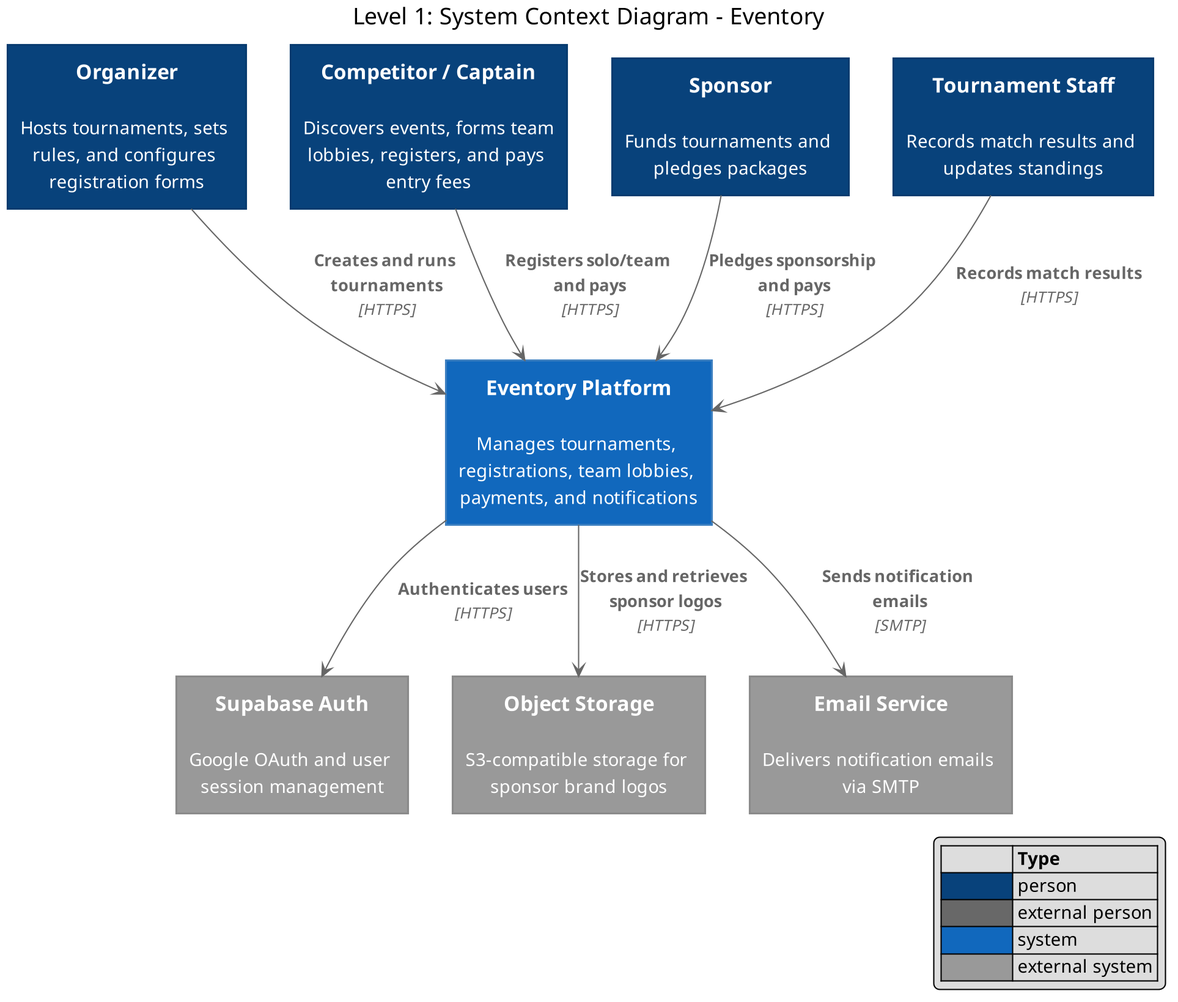
Before: docs/arch/c4-level1-context.png, a diagram exported from PlantUML (moomaideng/eventory). Its source is kept beside it as docs/arch/c4-level1-context.puml.
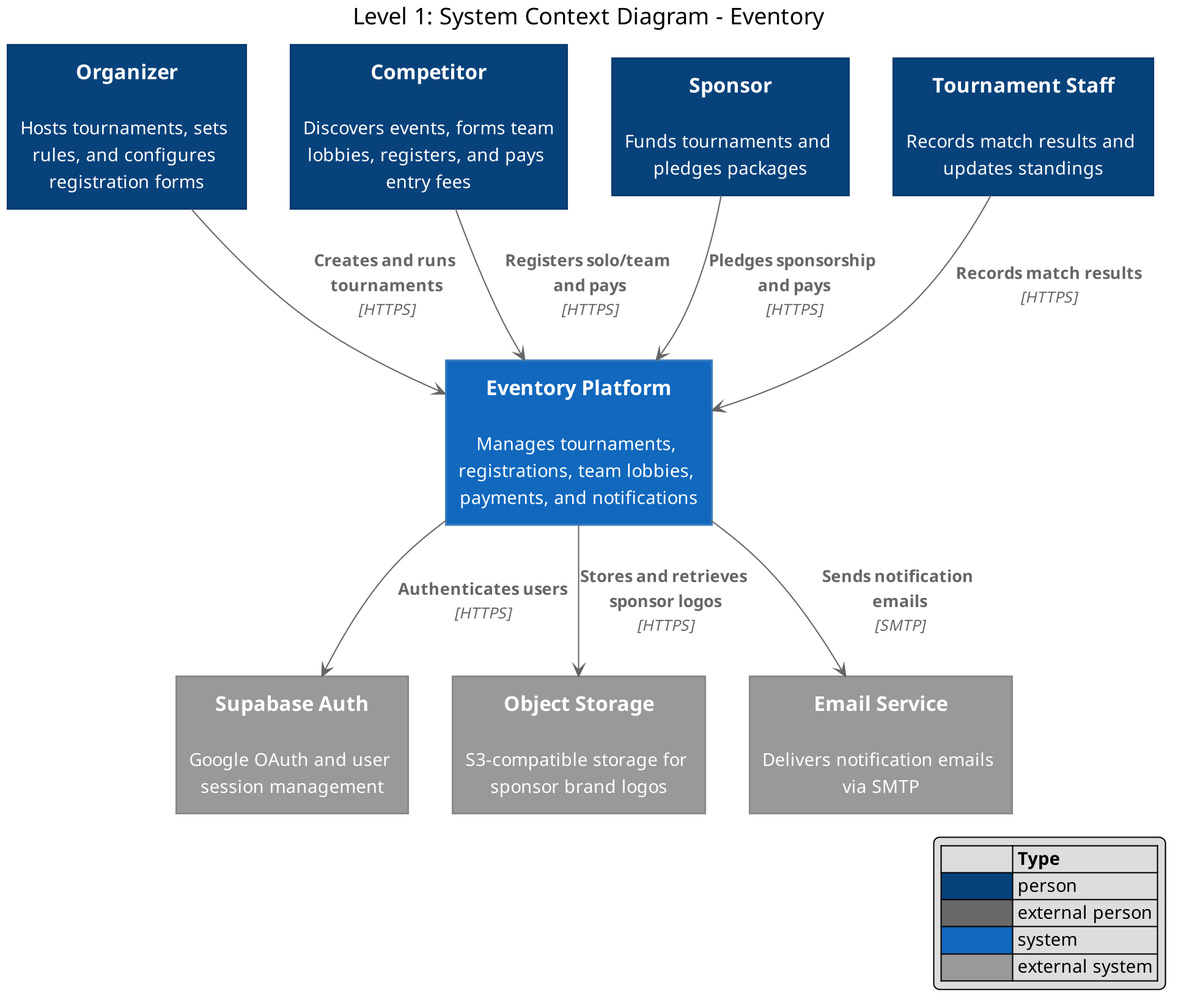
The same diagram one commit later.

The edit, as a diff of the source:
```diff
@@ -7,7 +7,7 @@
 title Level 1: System Context Diagram - Eventory
 
 Person(organizer, "Organizer", "Hosts tournaments, sets rules, and configures registration forms")
-Person(competitor, "Competitor / Captain", "Discovers events, forms team lobbies, registers, and pays entry fees")
+Person(competitor, "Competitor", "Discovers events, forms team lobbies, registers, and pays entry fees")
 Person(sponsor, "Sponsor", "Funds tournaments and pledges packages")
 Person(staff, "Tournament Staff", "Records match results and updates standings")
 
```
